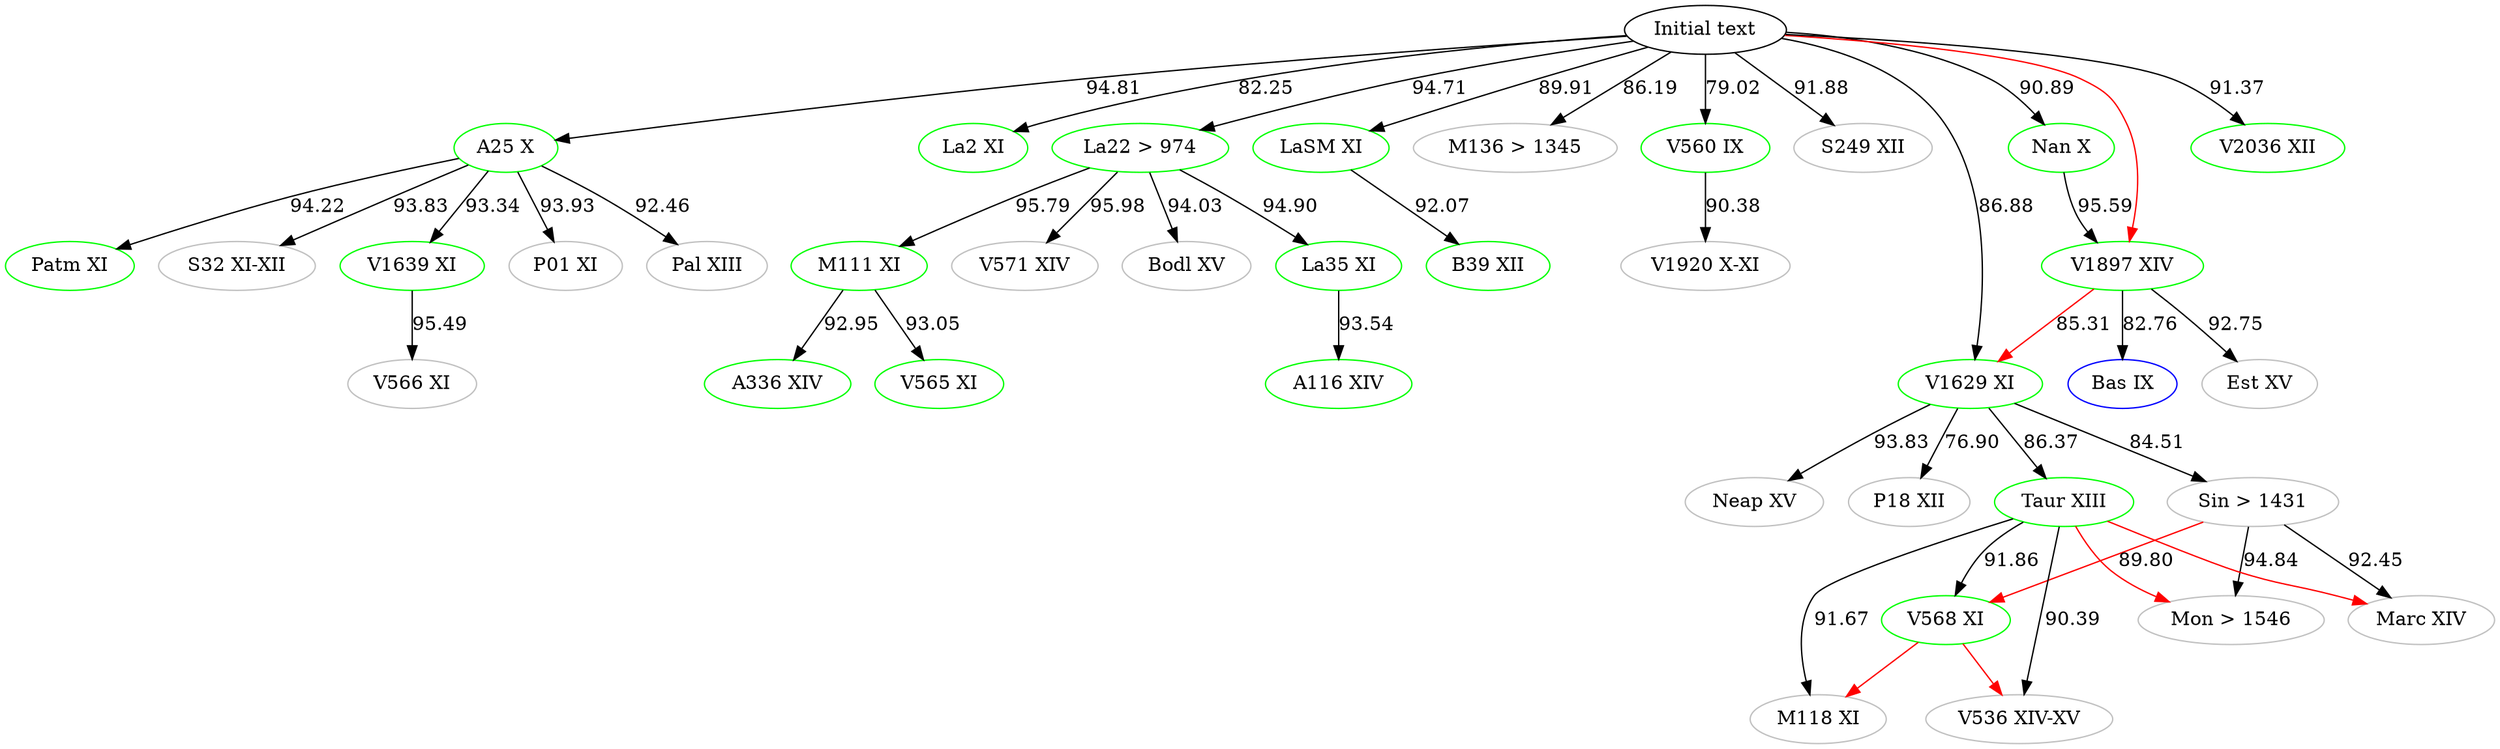
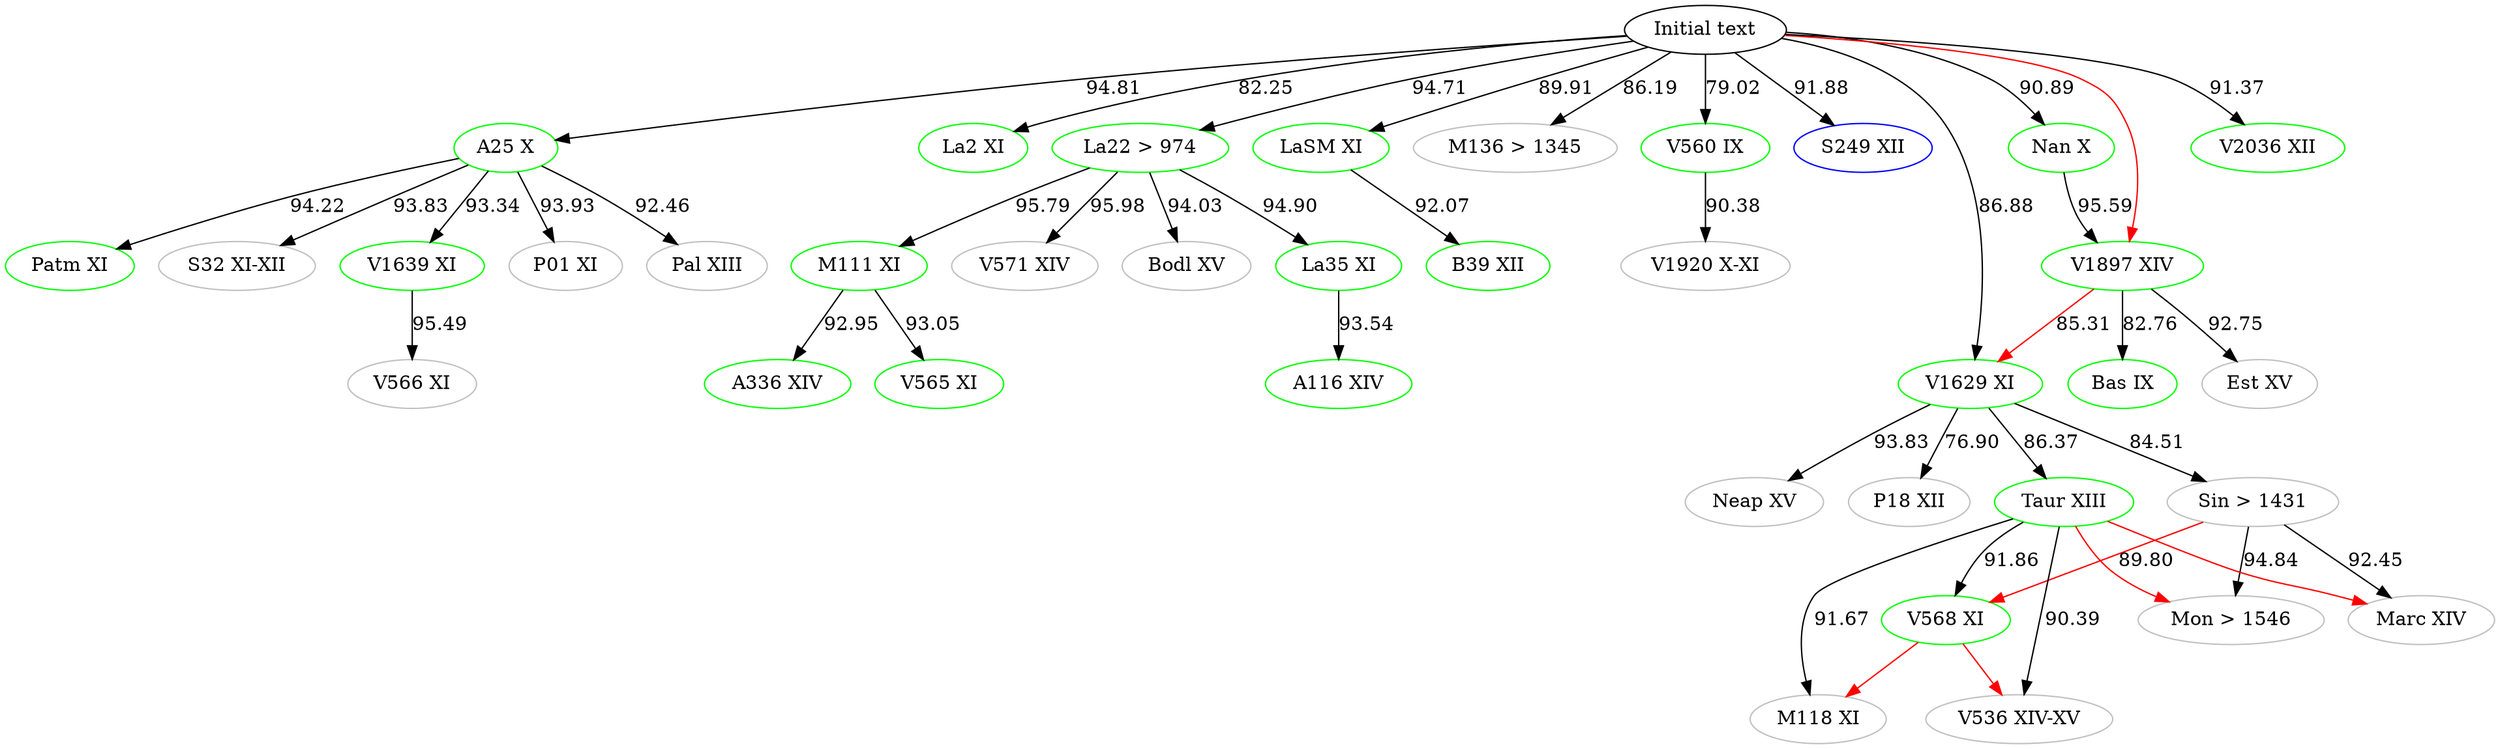
digraph {

    #Top [color="black", label="ω"]
    aBase [color="black", label="Initial text"]
    # Top [color="black", label="Initial text"]
	A116 [label="A116 XIV", color="green"]
	A25 [label="A25 X", color="green"]
	A336 [label="A336 XIV", color="green"]
	B39 [label="B39 XII", color="green"]
- 	Bas [label="Bas IX", color="blue"]
+ 	Bas [label="Bas IX", color="green"]
	Bodl [label="Bodl XV", color="grey"]
	Est [label="Est XV", color="grey"]
	La2 [label="La2 XI", color="green"]
	La22 [label="La22 > 974", color="green"]
	La35 [label="La35 XI", color="green"]
	LaSM [label="LaSM XI", color="green"]
	M111 [label="M111 XI", color="green"]
    M118 [label="M118 XI", color="grey"]
    M136 [label="M136 > 1345", color="grey"]
    Marc [label="Marc XIV", color="grey"]
    Mon [label="Mon > 1546", color="grey"]
	Nan [label="Nan X", color="green"]
    Neap [label="Neap XV", color="grey"]
    P01 [label="P01 XI", color="grey"]
    P18 [label="P18 XII", color="grey"]
	Pal [label="Pal XIII", color="grey"]
	Patm [label="Patm XI", color="green"]
    Sin [label="Sin > 1431", color="grey"]
	S32 [label="S32 XI-XII", color="grey"]
-     S249 [label="S249 XII", color="grey"]
+     S249 [label="S249 XII", color="blue"]
    Taur [label="Taur XIII", color="green"]
    V536 [label="V536 XIV-XV", color="grey"]
	V560 [label="V560 IX", color="green"]
	V565 [label="V565 XI", color="green"]
	V566 [label="V566 XI", color="grey"]
	V568 [label="V568 XI", color="green"]
	V571 [label="V571 XIV", color="grey"]
    V1629 [label="V1629 XI", color="green"]
	V1639 [label="V1639 XI", color="green"]
	V1897 [label="V1897 XIV", color="green"]
	V1920 [label="V1920 X-XI", color="grey"]
    V2036 [label="V2036 XII", color="green"]




    #Top -> aBase
    aBase -> A25 [label="94.81"]
    aBase -> M136 [label="86.19"]
    aBase -> V2036 [label="91.37"]
    # V2036 -> Patm [label="91.14", color="blue"]
    aBase -> V1629 [label="86.88"]
    aBase -> V560[label="79.02"]
    aBase -> La2 [label="82.25"]
    aBase -> S249 [label="91.88"]
    aBase -> LaSM [label="89.91"]
	aBase -> La22 [label="94.71"]
    aBase -> Nan [label="90.89"]

	# A25 -> M136 [label="85.50"]
    # M136 -> A25 [label="85.50" color="blue"]
	A25 -> Pal [label="92.46"]
	A25 -> P01 [label="93.93"]
    A25 -> V1639 [label="93.34"]
    A25 -> S32 [label="93.83"]
    A25 -> Patm [label="94.22"]

    #A25 -> La2 [color="red"]
    #A25 -> V566[color="red"]
    #A25 -> LaSM[color="red"]
    #A25 -> La22[color="red"]
    #A25 -> M136[color="red"]
    #A25 -> Nan[color="red"]
    #A25 -> S249[color="red"]
    #A25 -> V2036[color="red"]

    #aBase -> P01 [color="red"]
    #aBase -> Pal [color="red"]
    #aBase -> Patm [color="red"]
    #aBase -> La35[color="red"]
    #aBase -> B39[color="red"]
    #aBase -> V1920[color="red"]
    aBase -> V1897[color="red"]
    #aBase -> Neap[color="red"]

    #Bodl -> V1639[color="red"]
    #Patm -> S32[color="red"]
    #Patm -> V560[color="red"]

    #La22 -> A116[color="red"]
    #La22 -> V565[color="red"]
    #La22 -> A336[color="red"]

    Taur -> Mon[color="red"]
    Taur -> Marc[color="red"]

    Sin -> V568[label="89.80" color="red"]

    V568 -> V536[color="red"]
    V568 -> M118[color="red"]

    #V571 -> Bodl[color="red"]
    #M111 -> V571[color="red"]
    #La35 -> M111[color="red"]
    V1897 -> V1629[label="85.31" color="red"]
    #Nan -> Bas[color="red"]
    #Nan -> Est[color="red"]
    #Neap -> Taur[color="red"]
    #Neap -> Sin[color="red"]
   #Neap -> P18[color="red"]




	V1639 -> V566 [label="95.49"]

	La22 -> La35 [label= "94.90"]
	La22 -> M111 [label="95.79"]
	La22 -> Bodl [label="94.03"]
    La22 -> V571 [label="95.98"]

	La35 -> A116 [label="93.54"]

	M111 -> V565 [label="93.05"]
	M111 -> A336 [label="92.95"]



	Sin -> Marc [label="92.45"]

	V1629 -> Neap [label="93.83"]
	V1629 -> Sin [label="84.51"]
	V1629 -> Taur [label="86.37"]
    V1629 -> P18 [label="76.90"]

	Taur -> V568 [label="91.86"]
	Taur -> M118 [label="91.67"]
	Taur -> V536 [label="90.39"]
    # Taur -> Marc [color="blue" label="91.96"]
    # Marc -> Mon [color="blue" label="94.12"]
	Sin -> Mon [label="94.84"]

	V560 -> V1920 [label="90.38"]

	V1897 -> Est [label="92.75"]
    V1897 -> Bas [label="82.76"]

    Nan -> V1897 [label="95.59"]



    LaSM -> B39 [label="92.07"]



}

